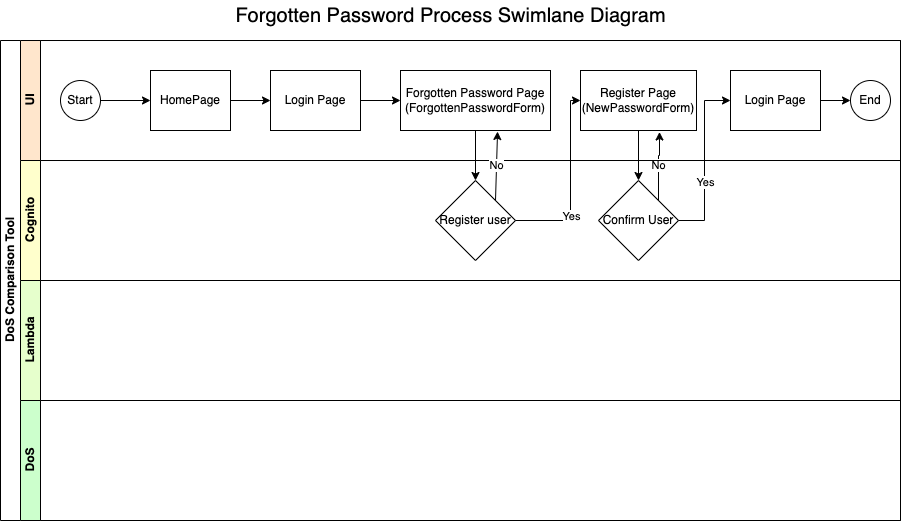
Before: documentation/diagrams/processes/Forgotten-Password-Process.drawio.png, a diagram exported from draw.io (nhsd-exeter/dos-comparison-tool). Source tidied: cells renumbered, new cells last; positions are measured from the earlier drawing's top-left corner, leaving out a move shared by most shapes.
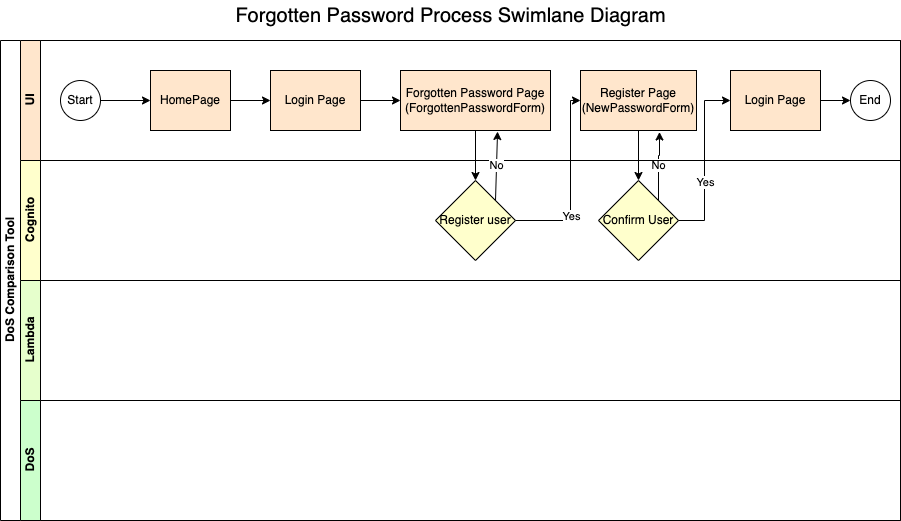
After the change.

What changed in the source:
```diff
@@ -17,25 +17,25 @@
     <mxCell id="6" style="edgeStyle=orthogonalEdgeStyle;rounded=0;html=1;" parent="3" edge="1" source="7" target="11">
       <mxGeometry relative="1" as="geometry" />
     </mxCell>
-    <mxCell id="7" value="HomePage" style="rounded=0;whiteSpace=wrap;html=1;fontFamily=Helvetica;fontSize=12;fontColor=#000000;align=center;flipH=1;" parent="3" vertex="1">
+    <mxCell id="7" value="HomePage" style="rounded=0;whiteSpace=wrap;html=1;fontFamily=Helvetica;fontSize=12;fontColor=#000000;align=center;flipH=1;fillColor=#FFE6CC;" parent="3" vertex="1">
       <mxGeometry x="130" y="30" width="80" height="60" as="geometry" />
     </mxCell>
-    <mxCell id="8" value="Forgotten Password Page (ForgottenPasswordForm)" style="rounded=0;whiteSpace=wrap;html=1;fontFamily=Helvetica;fontSize=12;fontColor=#000000;align=center;flipH=1;" parent="3" vertex="1">
+    <mxCell id="8" value="Forgotten Password Page (ForgottenPasswordForm)" style="rounded=0;whiteSpace=wrap;html=1;fontFamily=Helvetica;fontSize=12;fontColor=#000000;align=center;flipH=1;fillColor=#FFE6CC;" parent="3" vertex="1">
       <mxGeometry x="380" y="30" width="150" height="60" as="geometry" />
     </mxCell>
-    <mxCell id="9" value="Register Page (NewPasswordForm)" style="rounded=0;whiteSpace=wrap;html=1;fontFamily=Helvetica;fontSize=12;fontColor=#000000;align=center;flipH=1;" parent="3" vertex="1">
+    <mxCell id="9" value="Register Page (NewPasswordForm)" style="rounded=0;whiteSpace=wrap;html=1;fontFamily=Helvetica;fontSize=12;fontColor=#000000;align=center;flipH=1;fillColor=#FFE6CC;" parent="3" vertex="1">
       <mxGeometry x="560" y="30" width="116" height="60" as="geometry" />
     </mxCell>
     <mxCell id="10" style="edgeStyle=orthogonalEdgeStyle;rounded=0;html=1;" parent="3" edge="1" source="11" target="8">
       <mxGeometry relative="1" as="geometry" />
     </mxCell>
-    <mxCell id="11" value="Login Page" style="rounded=0;whiteSpace=wrap;html=1;fontFamily=Helvetica;fontSize=12;fontColor=#000000;align=center;flipH=1;" parent="3" vertex="1">
+    <mxCell id="11" value="Login Page" style="rounded=0;whiteSpace=wrap;html=1;fontFamily=Helvetica;fontSize=12;fontColor=#000000;align=center;flipH=1;fillColor=#FFE6CC;" parent="3" vertex="1">
       <mxGeometry x="250" y="30" width="90" height="60" as="geometry" />
     </mxCell>
     <mxCell id="12" style="edgeStyle=orthogonalEdgeStyle;rounded=0;html=1;" parent="3" edge="1" source="13" target="14">
       <mxGeometry relative="1" as="geometry" />
     </mxCell>
-    <mxCell id="13" value="Login Page" style="rounded=0;whiteSpace=wrap;html=1;fontFamily=Helvetica;fontSize=12;fontColor=#000000;align=center;flipH=1;" parent="3" vertex="1">
+    <mxCell id="13" value="Login Page" style="rounded=0;whiteSpace=wrap;html=1;fontFamily=Helvetica;fontSize=12;fontColor=#000000;align=center;flipH=1;fillColor=#FFE6CC;" parent="3" vertex="1">
       <mxGeometry x="710" y="30" width="90" height="60" as="geometry" />
     </mxCell>
     <mxCell id="14" value="End" style="ellipse;whiteSpace=wrap;html=1;flipH=1;" parent="3" vertex="1">
@@ -55,10 +55,10 @@
     <mxCell id="17" value="Cognito" style="swimlane;html=1;startSize=20;horizontal=0;fillColor=#FFFFCC;" parent="2" vertex="1">
       <mxGeometry x="20" y="120" width="880" height="120" as="geometry" />
     </mxCell>
-    <mxCell id="18" value="&lt;span&gt;Register user&lt;/span&gt;" style="rhombus;whiteSpace=wrap;html=1;" parent="17" vertex="1">
+    <mxCell id="18" value="&lt;span&gt;Register user&lt;/span&gt;" style="rhombus;whiteSpace=wrap;html=1;fillColor=#FFFFCC;" parent="17" vertex="1">
       <mxGeometry x="415" y="20" width="80" height="80" as="geometry" />
     </mxCell>
-    <mxCell id="19" value="&lt;span&gt;Confirm User&lt;/span&gt;" style="rhombus;whiteSpace=wrap;html=1;" parent="17" vertex="1">
+    <mxCell id="19" value="&lt;span&gt;Confirm User&lt;/span&gt;" style="rhombus;whiteSpace=wrap;html=1;fillColor=#FFFFCC;" parent="17" vertex="1">
       <mxGeometry x="578" y="20" width="80" height="80" as="geometry" />
     </mxCell>
     <mxCell id="20" value="Lambda" style="swimlane;html=1;startSize=20;horizontal=0;fillColor=#E6FFCC;" parent="2" vertex="1">
```
